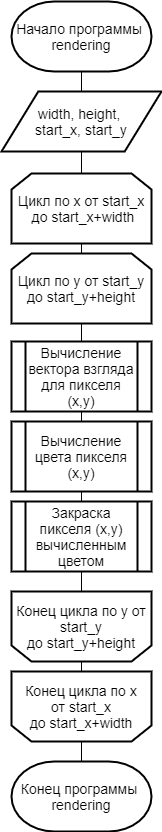
Above: lab4/report/inc/img/trass_count.png in alena-zayts/BMSTU_5sem_analysis_of_algorithms (draw.io), before the change. Source tidied: cells renumbered, new cells last; positions are measured from the earlier drawing's top-left corner, leaving out a move shared by most shapes. The source it was exported from:
```xml
<mxGraphModel>
  <root>
    <mxCell id="0" />
    <mxCell id="1" parent="0" />
    <mxCell id="2" style="edgeStyle=orthogonalEdgeStyle;rounded=0;jettySize=auto;html=1;exitX=0.5;exitY=0;exitDx=0;exitDy=0;entryX=0.5;entryY=1;entryDx=0;entryDy=0;endArrow=none;endFill=0;exitPerimeter=0;entryPerimeter=0;" parent="1" edge="1" source="3" target="5">
      <mxGeometry relative="1" as="geometry" />
    </mxCell>
    <mxCell id="3" value="Конец программы&amp;nbsp;&lt;br&gt;rendering" style="strokeWidth=2;html=1;shape=mxgraph.flowchart.terminator;whiteSpace=wrap;fontSize=14;" parent="1" vertex="1">
      <mxGeometry x="10" y="760" width="140" height="70" as="geometry" />
    </mxCell>
    <mxCell id="4" style="edgeStyle=orthogonalEdgeStyle;rounded=0;orthogonalLoop=1;jettySize=auto;html=1;exitX=0.5;exitY=1;exitDx=0;exitDy=0;entryX=0.5;entryY=0;entryDx=0;entryDy=0;entryPerimeter=0;endArrow=none;endFill=0;" parent="1" edge="1">
      <mxGeometry relative="1" as="geometry">
        <mxPoint x="80" y="162" as="sourcePoint" />
        <mxPoint x="80" y="172" as="targetPoint" />
      </mxGeometry>
    </mxCell>
    <mxCell id="5" value="&lt;font style=&quot;font-size: 14px&quot;&gt;Начало программы&amp;nbsp;&lt;br&gt;rendering&lt;/font&gt;" style="strokeWidth=2;html=1;shape=mxgraph.flowchart.terminator;whiteSpace=wrap;fontSize=14;fontFamily=Helvetica;" parent="1" vertex="1">
      <mxGeometry x="10" width="140" height="70" as="geometry" />
    </mxCell>
    <mxCell id="6" style="edgeStyle=orthogonalEdgeStyle;rounded=0;orthogonalLoop=1;jettySize=auto;html=1;exitX=0.5;exitY=1;exitDx=0;exitDy=0;entryX=0.5;entryY=0;entryDx=0;entryDy=0;endArrow=none;endFill=0;" parent="1" edge="1">
      <mxGeometry relative="1" as="geometry">
        <mxPoint x="80" y="160" as="sourcePoint" />
        <mxPoint x="80" y="170" as="targetPoint" />
      </mxGeometry>
    </mxCell>
    <mxCell id="7" style="edgeStyle=orthogonalEdgeStyle;rounded=0;orthogonalLoop=1;jettySize=auto;html=1;exitX=0.5;exitY=1;exitDx=0;exitDy=0;exitPerimeter=0;entryX=0.5;entryY=0;entryDx=0;entryDy=0;endArrow=none;endFill=0;entryPerimeter=0;" parent="1" edge="1">
      <mxGeometry relative="1" as="geometry">
        <mxPoint x="80" y="242" as="sourcePoint" />
        <mxPoint x="80" y="252" as="targetPoint" />
      </mxGeometry>
    </mxCell>
    <mxCell id="8" style="edgeStyle=orthogonalEdgeStyle;rounded=0;jettySize=auto;html=1;exitX=0.5;exitY=1;exitDx=0;exitDy=0;exitPerimeter=0;entryX=0.5;entryY=1;entryDx=0;entryDy=0;endArrow=none;endFill=0;" parent="1" edge="1" source="16">
      <mxGeometry relative="1" as="geometry">
        <mxPoint x="80" y="590" as="targetPoint" />
      </mxGeometry>
    </mxCell>
    <mxCell id="9" value="&lt;span style=&quot;font-size: 14px&quot;&gt;Цикл по x от&amp;nbsp;&lt;/span&gt;&lt;span style=&quot;font-size: 14px&quot;&gt;start_x&lt;/span&gt;&lt;span style=&quot;font-size: 14px&quot;&gt;&lt;br&gt;&amp;nbsp;до&amp;nbsp;&lt;/span&gt;&lt;span style=&quot;font-size: 14px&quot;&gt;start_x+&lt;/span&gt;&lt;span style=&quot;font-size: 14px&quot;&gt;width&lt;/span&gt;" style="shape=loopLimit;whiteSpace=wrap;html=1;strokeWidth=2;" parent="1" vertex="1">
      <mxGeometry x="10" y="172" width="140" height="70" as="geometry" />
    </mxCell>
    <mxCell id="10" style="edgeStyle=orthogonalEdgeStyle;rounded=0;jettySize=auto;html=1;exitX=0.5;exitY=1;exitDx=0;exitDy=0;entryX=0.5;entryY=0;entryDx=0;entryDy=0;endArrow=none;endFill=0;" parent="1" edge="1" source="11" target="13">
      <mxGeometry relative="1" as="geometry" />
    </mxCell>
    <mxCell id="11" value="&lt;span style=&quot;font-size: 14px&quot;&gt;Цикл по y от start_y до&amp;nbsp;&lt;/span&gt;&lt;span style=&quot;font-size: 14px&quot;&gt;start_y+&lt;/span&gt;&lt;span style=&quot;font-size: 14px&quot;&gt;height&lt;/span&gt;" style="shape=loopLimit;whiteSpace=wrap;html=1;strokeWidth=2;" parent="1" vertex="1">
      <mxGeometry x="10" y="252" width="140" height="70" as="geometry" />
    </mxCell>
    <mxCell id="12" style="edgeStyle=orthogonalEdgeStyle;rounded=0;jettySize=auto;html=1;exitX=0.5;exitY=1;exitDx=0;exitDy=0;entryX=0.5;entryY=0;entryDx=0;entryDy=0;endArrow=none;endFill=0;" parent="1" edge="1" source="13" target="14">
      <mxGeometry relative="1" as="geometry" />
    </mxCell>
    <mxCell id="13" value="Вычисление цвета пикселя (x,y)" style="shape=process;whiteSpace=wrap;html=1;backgroundOutline=1;strokeWidth=2;fontSize=14;" parent="1" vertex="1">
      <mxGeometry x="10" y="420" width="140" height="70" as="geometry" />
    </mxCell>
    <mxCell id="14" value="Закраска пикселя (x,y) вычисленным цветом" style="shape=process;whiteSpace=wrap;html=1;backgroundOutline=1;strokeWidth=2;fontSize=14;" parent="1" vertex="1">
      <mxGeometry x="10" y="500" width="140" height="70" as="geometry" />
    </mxCell>
    <mxCell id="15" value="Вычисление вектора взгляда для пикселя (x,y)" style="shape=process;whiteSpace=wrap;html=1;backgroundOutline=1;strokeWidth=2;fontSize=14;" parent="1" vertex="1">
      <mxGeometry x="10" y="340" width="140" height="70" as="geometry" />
    </mxCell>
    <mxCell id="16" value="&lt;span style=&quot;font-size: 14px&quot;&gt;Конец цикла&amp;nbsp;&lt;/span&gt;&lt;span style=&quot;font-size: 14px&quot;&gt;по y от start_y до&amp;nbsp;&lt;/span&gt;&lt;span style=&quot;font-size: 14px&quot;&gt;start_y+&lt;/span&gt;&lt;span style=&quot;font-size: 14px&quot;&gt;height&lt;/span&gt;" style="shape=loopLimit;whiteSpace=wrap;html=1;strokeWidth=2;direction=west;" parent="1" vertex="1">
      <mxGeometry x="10" y="590" width="140" height="70" as="geometry" />
    </mxCell>
    <mxCell id="17" value="&lt;span style=&quot;font-size: 14px&quot;&gt;Конец цикла&amp;nbsp;&lt;/span&gt;&lt;span style=&quot;font-size: 14px&quot;&gt;по x от&amp;nbsp;&lt;/span&gt;&lt;span style=&quot;font-size: 14px&quot;&gt;start_x&lt;/span&gt;&lt;span style=&quot;font-size: 14px&quot;&gt;&lt;br&gt;&amp;nbsp;до&amp;nbsp;&lt;/span&gt;&lt;span style=&quot;font-size: 14px&quot;&gt;start_x+&lt;/span&gt;&lt;span style=&quot;font-size: 14px&quot;&gt;width&lt;/span&gt;&lt;span style=&quot;font-size: 14px&quot;&gt;&amp;nbsp;&lt;/span&gt;" style="shape=loopLimit;whiteSpace=wrap;html=1;strokeWidth=2;direction=west;" parent="1" vertex="1">
      <mxGeometry x="10" y="670" width="140" height="70" as="geometry" />
    </mxCell>
    <mxCell id="18" value="&lt;font style=&quot;font-size: 14px&quot;&gt;width, height, &lt;br&gt;start_x, start_y&lt;/font&gt;" style="shape=parallelogram;html=1;strokeWidth=2;perimeter=parallelogramPerimeter;whiteSpace=wrap;rounded=0;arcSize=12;size=0.23;fontSize=13;" parent="1" vertex="1">
      <mxGeometry y="90" width="160" height="60" as="geometry" />
    </mxCell>
  </root>
</mxGraphModel>
```
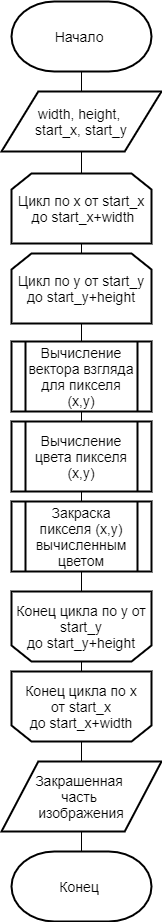
The same diagram one commit later.

What changed in the source:
```diff
@@ -2,11 +2,11 @@
   <root>
     <mxCell id="0" />
     <mxCell id="1" parent="0" />
-    <mxCell id="2" style="edgeStyle=orthogonalEdgeStyle;rounded=0;jettySize=auto;html=1;exitX=0.5;exitY=0;exitDx=0;exitDy=0;entryX=0.5;entryY=1;entryDx=0;entryDy=0;endArrow=none;endFill=0;exitPerimeter=0;entryPerimeter=0;" parent="1" edge="1" source="3" target="5">
+    <mxCell id="2" style="edgeStyle=orthogonalEdgeStyle;rounded=0;jettySize=auto;html=1;exitX=0.5;exitY=0;exitDx=0;exitDy=0;entryX=0.5;entryY=1;entryDx=0;entryDy=0;endArrow=none;endFill=0;exitPerimeter=0;entryPerimeter=0;" parent="1" edge="1" source="19" target="5">
       <mxGeometry relative="1" as="geometry" />
     </mxCell>
-    <mxCell id="3" value="Конец программы&amp;nbsp;&lt;br&gt;rendering" style="strokeWidth=2;html=1;shape=mxgraph.flowchart.terminator;whiteSpace=wrap;fontSize=14;" parent="1" vertex="1">
-      <mxGeometry x="10" y="760" width="140" height="70" as="geometry" />
+    <mxCell id="3" value="Конец&amp;nbsp;" style="strokeWidth=2;html=1;shape=mxgraph.flowchart.terminator;whiteSpace=wrap;fontSize=14;" parent="1" vertex="1">
+      <mxGeometry x="10" y="850" width="140" height="70" as="geometry" />
     </mxCell>
     <mxCell id="4" style="edgeStyle=orthogonalEdgeStyle;rounded=0;orthogonalLoop=1;jettySize=auto;html=1;exitX=0.5;exitY=1;exitDx=0;exitDy=0;entryX=0.5;entryY=0;entryDx=0;entryDy=0;entryPerimeter=0;endArrow=none;endFill=0;" parent="1" edge="1">
       <mxGeometry relative="1" as="geometry">
@@ -14,7 +14,7 @@
         <mxPoint x="80" y="172" as="targetPoint" />
       </mxGeometry>
     </mxCell>
-    <mxCell id="5" value="&lt;font style=&quot;font-size: 14px&quot;&gt;Начало программы&amp;nbsp;&lt;br&gt;rendering&lt;/font&gt;" style="strokeWidth=2;html=1;shape=mxgraph.flowchart.terminator;whiteSpace=wrap;fontSize=14;fontFamily=Helvetica;" parent="1" vertex="1">
+    <mxCell id="5" value="&lt;font style=&quot;font-size: 14px&quot;&gt;Начало&amp;nbsp;&lt;/font&gt;" style="strokeWidth=2;html=1;shape=mxgraph.flowchart.terminator;whiteSpace=wrap;fontSize=14;fontFamily=Helvetica;" parent="1" vertex="1">
       <mxGeometry x="10" width="140" height="70" as="geometry" />
     </mxCell>
     <mxCell id="6" style="edgeStyle=orthogonalEdgeStyle;rounded=0;orthogonalLoop=1;jettySize=auto;html=1;exitX=0.5;exitY=1;exitDx=0;exitDy=0;entryX=0.5;entryY=0;entryDx=0;entryDy=0;endArrow=none;endFill=0;" parent="1" edge="1">
@@ -64,5 +64,11 @@
     <mxCell id="18" value="&lt;font style=&quot;font-size: 14px&quot;&gt;width, height, &lt;br&gt;start_x, start_y&lt;/font&gt;" style="shape=parallelogram;html=1;strokeWidth=2;perimeter=parallelogramPerimeter;whiteSpace=wrap;rounded=0;arcSize=12;size=0.23;fontSize=13;" parent="1" vertex="1">
       <mxGeometry y="90" width="160" height="60" as="geometry" />
     </mxCell>
+    <mxCell id="19" value="&lt;span style=&quot;font-size: 14px&quot;&gt;Закрашенная &lt;br&gt;часть &lt;br&gt;изображения&lt;/span&gt;" style="shape=parallelogram;html=1;strokeWidth=2;perimeter=parallelogramPerimeter;whiteSpace=wrap;rounded=0;arcSize=12;size=0.23;fontSize=13;" parent="1" vertex="1">
+      <mxGeometry y="760" width="160" height="70" as="geometry" />
+    </mxCell>
+    <mxCell id="20" style="edgeStyle=orthogonalEdgeStyle;rounded=0;jettySize=auto;html=1;exitX=0.5;exitY=0;exitDx=0;exitDy=0;entryX=0.5;entryY=1;entryDx=0;entryDy=0;endArrow=none;endFill=0;exitPerimeter=0;entryPerimeter=0;" parent="1" edge="1" source="3" target="19">
+      <mxGeometry relative="1" as="geometry" />
+    </mxCell>
   </root>
 </mxGraphModel>
```
